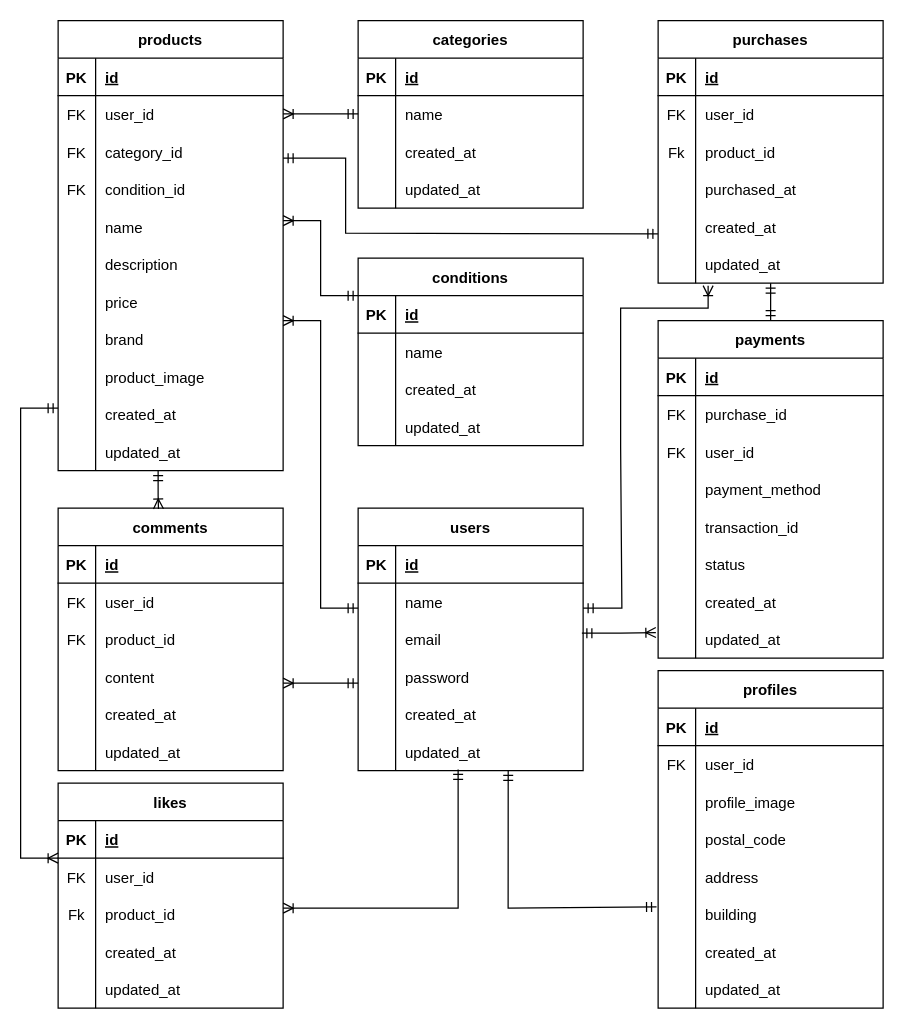
The draw.io diagram src/Flea-Market-App.dio in Daisuke70/Flea-Market-App, before the edit. Source tidied: cells renumbered, new cells numbered last; positions are measured from the earlier drawing's top-left corner, leaving out a move shared by most shapes. Both pictures are drawn from the tidied source at 125%, with x=0, y=0 at pixel (20, 20).
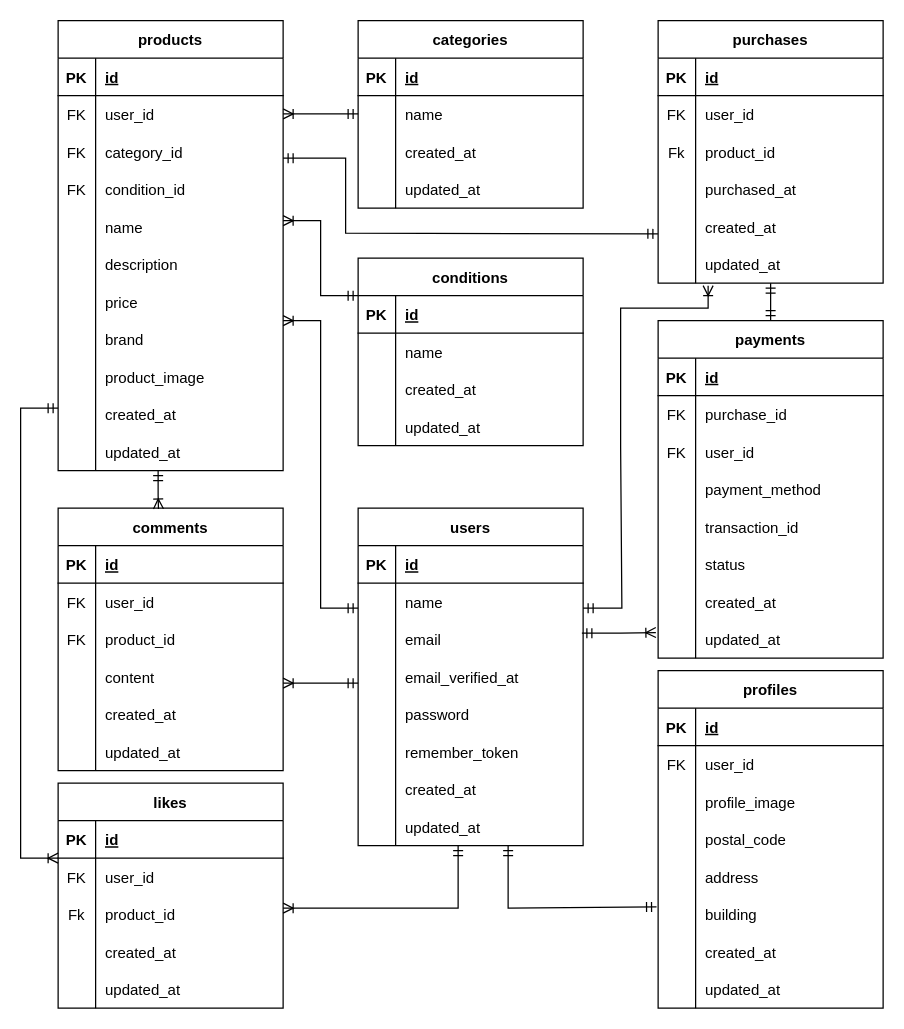
The same diagram, later.

The change refers to these unchanged cells:
```xml
<mxCell id="46" style="shape=tableRow;horizontal=0;startSize=0;swimlaneHead=0;swimlaneBody=0;fillColor=none;top=0;left=0;right=0;bottom=0;" parent="36" vertex="1">
  <mxGeometry y="120" width="180" height="30" as="geometry" />
</mxCell>
<mxCell id="49" style="shape=tableRow;horizontal=0;startSize=0;swimlaneHead=0;swimlaneBody=0;fillColor=none;top=0;left=0;right=0;bottom=0;" parent="36" vertex="1">
  <mxGeometry y="150" width="180" height="30" as="geometry" />
</mxCell>
<mxCell id="52" style="shape=tableRow;horizontal=0;startSize=0;swimlaneHead=0;swimlaneBody=0;fillColor=none;points=[[0,0.5],[1,0.5]];portConstraint=eastwest;top=0;left=0;right=0;bottom=0;" parent="36" vertex="1">
  <mxGeometry y="180" width="180" height="30" as="geometry" />
</mxCell>
<mxCell id="71" style="shape=tableRow;horizontal=0;startSize=0;swimlaneHead=0;swimlaneBody=0;fillColor=none;points=[[0,0.5],[1,0.5]];portConstraint=eastwest;top=0;left=0;right=0;bottom=0;" parent="55" vertex="1">
  <mxGeometry y="180" width="180" height="30" as="geometry" />
</mxCell>
```

Change to the diagram source:
```diff
@@
     <mxCell id="36" value="users" style="shape=table;startSize=30;childLayout=tableLayout;rowLines=0;fontStyle=1;align=center;" parent="1" vertex="1">
-      <mxGeometry x="270" y="390" width="180" height="210" as="geometry" />
+      <mxGeometry x="270" y="390" width="180" height="270" as="geometry" />
     </mxCell>
@@
-    <mxCell id="48" value="password" style="shape=partialRectangle;fillColor=none;top=0;left=0;bottom=0;right=0;align=left;spacingLeft=6;overflow=hidden;" parent="46" vertex="1">
+    <mxCell id="48" value="email_verified_at" style="shape=partialRectangle;fillColor=none;top=0;left=0;bottom=0;right=0;align=left;spacingLeft=6;overflow=hidden;" parent="46" vertex="1">
       <mxGeometry x="30" width="150" height="30" as="geometry" />
     </mxCell>
@@
-    <mxCell id="51" value="created_at" style="shape=partialRectangle;fillColor=none;top=0;left=0;bottom=0;right=0;align=left;spacingLeft=6;overflow=hidden;" parent="49" vertex="1">
+    <mxCell id="51" value="password" style="shape=partialRectangle;fillColor=none;top=0;left=0;bottom=0;right=0;align=left;spacingLeft=6;overflow=hidden;" parent="49" vertex="1">
       <mxGeometry x="30" width="150" height="30" as="geometry" />
     </mxCell>
@@
-    <mxCell id="54" value="updated_at" style="shape=partialRectangle;fillColor=none;top=0;left=0;bottom=0;right=0;align=left;spacingLeft=6;overflow=hidden;" parent="52" vertex="1">
+    <mxCell id="54" value="remember_token" style="shape=partialRectangle;fillColor=none;top=0;left=0;bottom=0;right=0;align=left;spacingLeft=6;overflow=hidden;" parent="52" vertex="1">
       <mxGeometry x="30" width="150" height="30" as="geometry" />
     </mxCell>
+    <mxCell id="197" style="shape=tableRow;horizontal=0;startSize=0;swimlaneHead=0;swimlaneBody=0;fillColor=none;top=0;left=0;right=0;bottom=0;" parent="36" vertex="1">
+      <mxGeometry y="210" width="180" height="30" as="geometry" />
+    </mxCell>
+    <mxCell id="198" style="shape=partialRectangle;fillColor=none;top=0;left=0;bottom=0;right=0;overflow=hidden;" parent="197" vertex="1">
+      <mxGeometry width="30" height="30" as="geometry" />
+    </mxCell>
+    <mxCell id="199" value="created_at" style="shape=partialRectangle;fillColor=none;top=0;left=0;bottom=0;right=0;align=left;spacingLeft=6;overflow=hidden;" parent="197" vertex="1">
+      <mxGeometry x="30" width="150" height="30" as="geometry" />
+    </mxCell>
+    <mxCell id="200" style="shape=tableRow;horizontal=0;startSize=0;swimlaneHead=0;swimlaneBody=0;fillColor=none;top=0;left=0;right=0;bottom=0;" parent="36" vertex="1">
+      <mxGeometry y="240" width="180" height="30" as="geometry" />
+    </mxCell>
+    <mxCell id="201" style="shape=partialRectangle;fillColor=none;top=0;left=0;bottom=0;right=0;overflow=hidden;" parent="200" vertex="1">
+      <mxGeometry width="30" height="30" as="geometry" />
+    </mxCell>
+    <mxCell id="202" value="updated_at" style="shape=partialRectangle;fillColor=none;top=0;left=0;bottom=0;right=0;align=left;spacingLeft=6;overflow=hidden;" parent="200" vertex="1">
+      <mxGeometry x="30" width="150" height="30" as="geometry" />
+    </mxCell>
@@
     <mxCell id="188" style="fontSize=12;html=1;endArrow=ERoneToMany;rounded=0;startArrow=ERmandOne;startFill=0;" parent="1" edge="1">
       <mxGeometry relative="1" as="geometry">
-        <mxPoint x="350" y="599" as="sourcePoint" />
+        <mxPoint x="350" y="660" as="sourcePoint" />
         <mxPoint x="210" y="710" as="targetPoint" />
         <Array as="points">
           <mxPoint x="350" y="710" />
           <mxPoint x="280" y="710" />
           <mxPoint x="260" y="710" />
         </Array>
       </mxGeometry>
     </mxCell>
@@
-    <mxCell id="190" style="fontSize=12;html=1;endArrow=ERmandOne;rounded=0;exitX=0.667;exitY=0.99;exitDx=0;exitDy=0;exitPerimeter=0;entryX=-0.007;entryY=0.303;entryDx=0;entryDy=0;entryPerimeter=0;endFill=0;startArrow=ERmandOne;startFill=0;" parent="1" edge="1" source="52" target="71">
+    <mxCell id="190" style="fontSize=12;html=1;endArrow=ERmandOne;rounded=0;entryX=-0.007;entryY=0.303;entryDx=0;entryDy=0;entryPerimeter=0;endFill=0;startArrow=ERmandOne;startFill=0;" parent="1" edge="1" target="71">
       <mxGeometry relative="1" as="geometry">
+        <mxPoint x="390" y="660" as="sourcePoint" />
         <Array as="points">
           <mxPoint x="390" y="710" />
         </Array>
       </mxGeometry>
     </mxCell>
```
